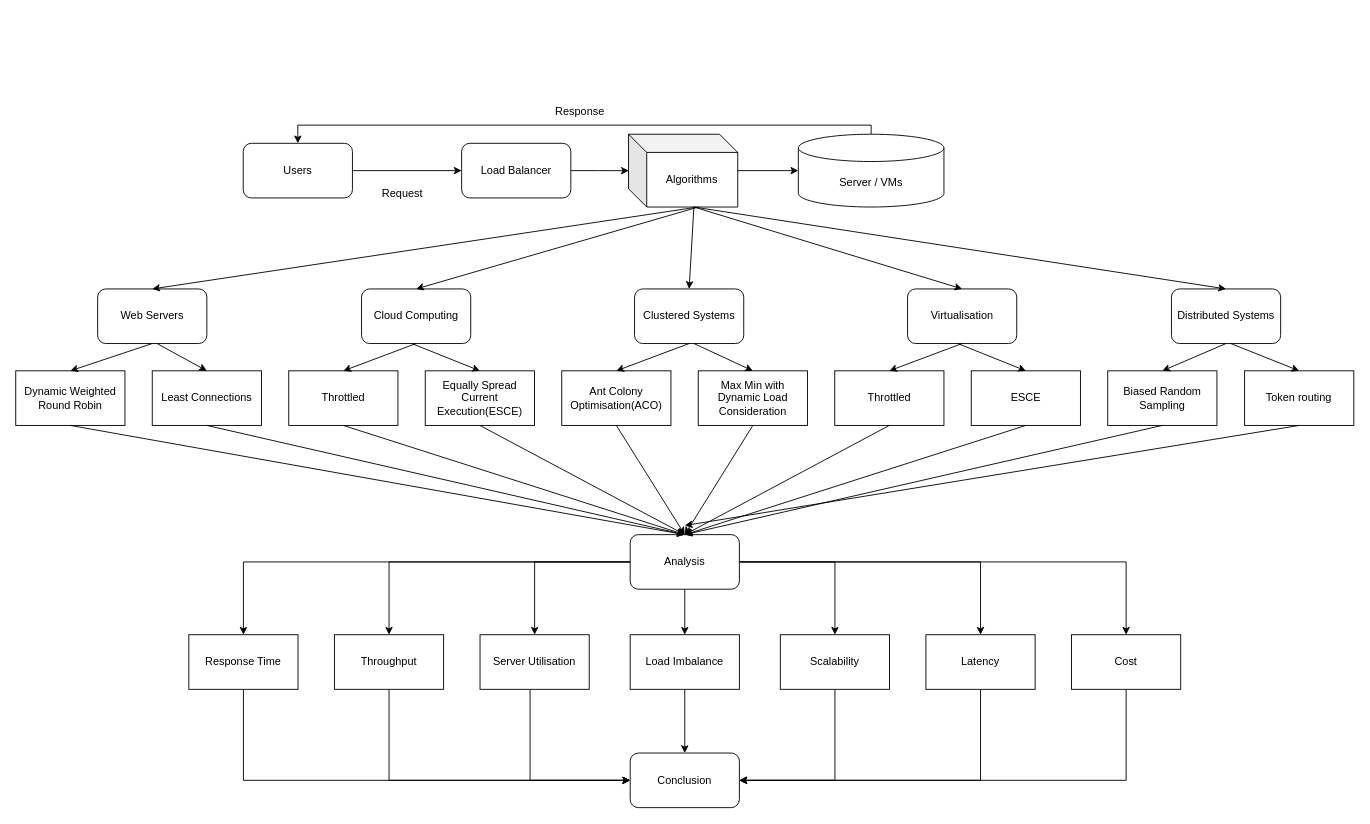
The draw.io diagram Untitled Diagram.drawio in illuminatryX/DAA-load-balancing, before the edit. Source tidied: cells renumbered, new cells numbered last; positions are measured from the earlier drawing's top-left corner, leaving out a move shared by most shapes. Both pictures are drawn from the tidied source at 91%, with x=0, y=0 at pixel (15, 97).
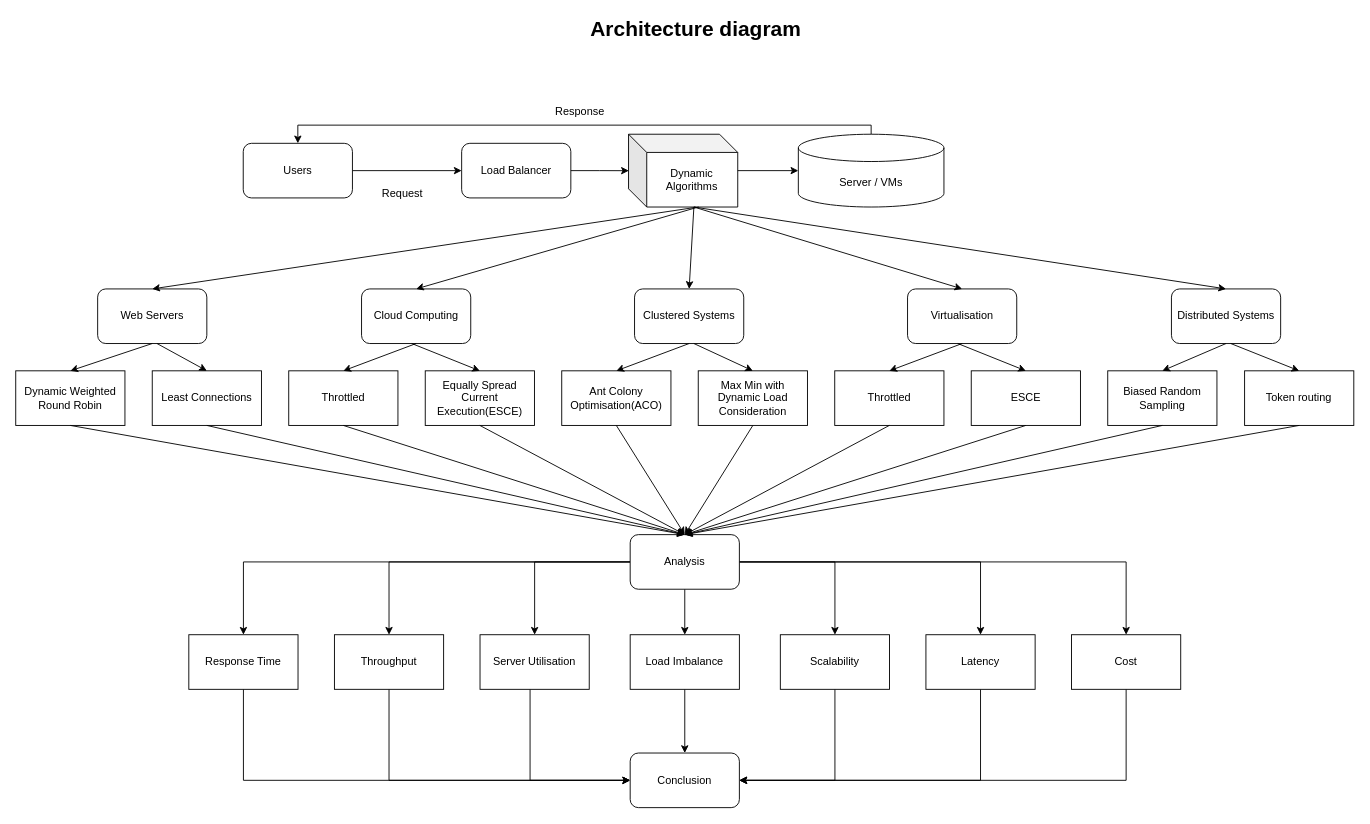
Above is the later version.

The change refers to these unchanged cells:
```xml
<mxCell id="49" value="Token routing" style="rounded=0;whiteSpace=wrap;html=1;" parent="1" vertex="1">
  <mxGeometry x="1350.2" y="300" width="120" height="60" as="geometry" />
</mxCell>
```

Diff of the diagram source:
```diff
@@
-    <mxCell id="32" value="Algorithms" style="shape=cube;whiteSpace=wrap;html=1;boundedLbl=1;backgroundOutline=1;darkOpacity=0.05;darkOpacity2=0.1;" parent="1" vertex="1">
+    <mxCell id="32" value="Dynamic Algorithms" style="shape=cube;whiteSpace=wrap;html=1;boundedLbl=1;backgroundOutline=1;darkOpacity=0.05;darkOpacity2=0.1;" parent="1" vertex="1">
       <mxGeometry x="673.2" y="40" width="120" height="80" as="geometry" />
     </mxCell>
@@
     <mxCell id="74" style="endArrow=classic;html=1;rounded=0;exitX=0.5;exitY=1;exitDx=0;exitDy=0;" parent="1" edge="1" source="49">
       <mxGeometry relative="1" as="geometry">
-        <mxPoint x="735" y="470" as="targetPoint" />
+        <mxPoint x="735" y="480" as="targetPoint" />
       </mxGeometry>
     </mxCell>
+    <mxCell id="75" value="Architecture diagram&amp;nbsp;" style="text;html=1;align=center;verticalAlign=middle;whiteSpace=wrap;rounded=0;fontStyle=1;fontSize=23;" parent="1" vertex="1">
+      <mxGeometry x="510" y="-90" width="480.9" height="30" as="geometry" />
+    </mxCell>
```
